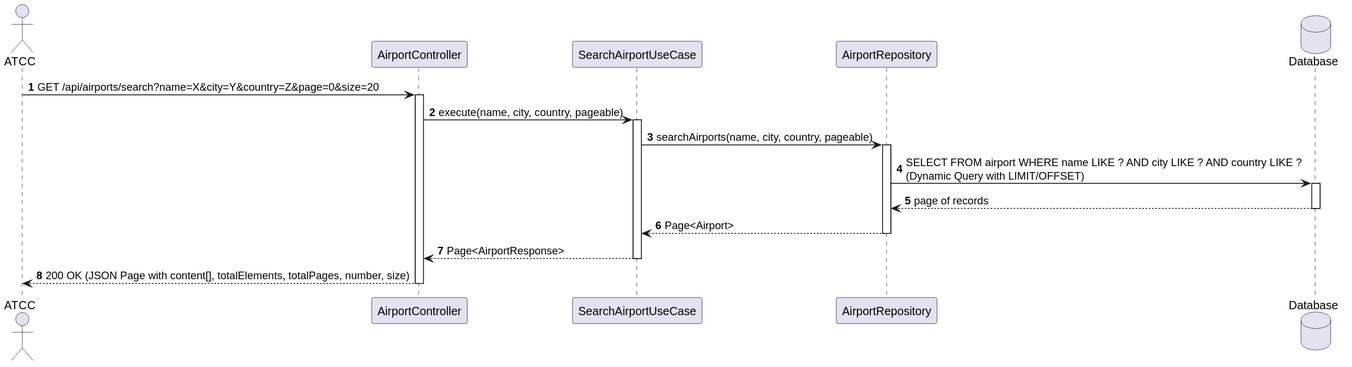
VascoMagolo/psoft_1231562_1241692_1242036_2db keeps this PlantUML diagram as docs/system-documentation/use-cases/WP2A/US108/svg/sd_us108.svg. Above is the earlier version. Its diagram source:
```plantuml
@startuml
autonumber
actor "ATCC" as ATCC
participant "AirportController" as Ctrl
participant "SearchAirportUseCase" as UC
participant "AirportRepository" as Repo
database "Database" as DB

ATCC -> Ctrl : GET /api/airports/search?name=X&city=Y&country=Z&page=0&size=20
activate Ctrl

Ctrl -> UC : execute(name, city, country, pageable)
activate UC

UC -> Repo : searchAirports(name, city, country, pageable)
activate Repo
Repo -> DB : SELECT FROM airport WHERE name LIKE ? AND city LIKE ? AND country LIKE ?\n(Dynamic Query with LIMIT/OFFSET)
activate DB
DB --> Repo : page of records
deactivate DB
Repo --> UC : Page<Airport>
deactivate Repo

UC --> Ctrl : Page<AirportResponse>
deactivate UC

Ctrl --> ATCC : 200 OK (JSON Page with content[], totalElements, totalPages, number, size)
deactivate Ctrl
@enduml
```
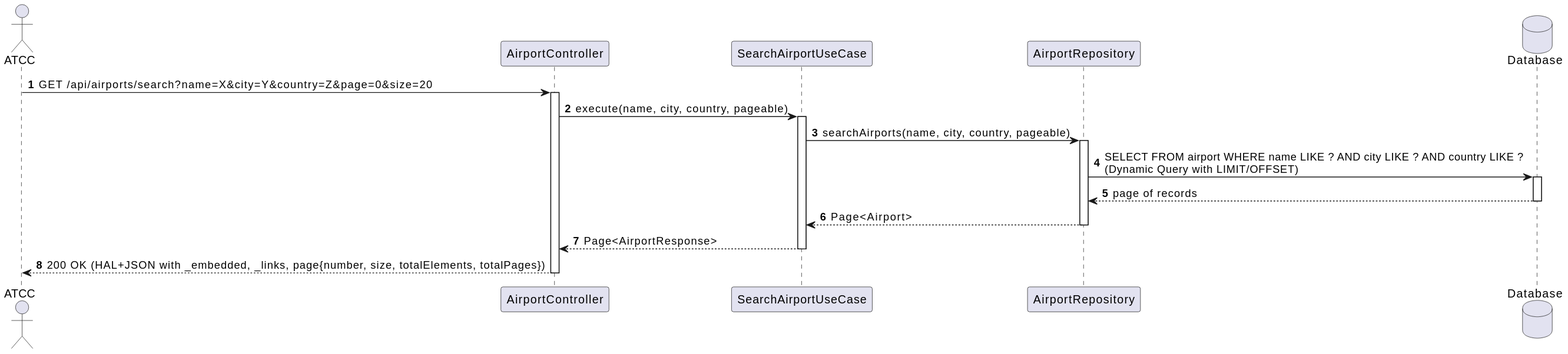
Later version of the same file.

The edit, as a diff of the source:
```diff
@@ -24,6 +24,6 @@
 UC --> Ctrl : Page<AirportResponse>
 deactivate UC
 
-Ctrl --> ATCC : 200 OK (JSON Page with content[], totalElements, totalPages, number, size)
+Ctrl --> ATCC : 200 OK (HAL+JSON with _embedded, _links, page{number, size, totalElements, totalPages})
 deactivate Ctrl
 @enduml
```
